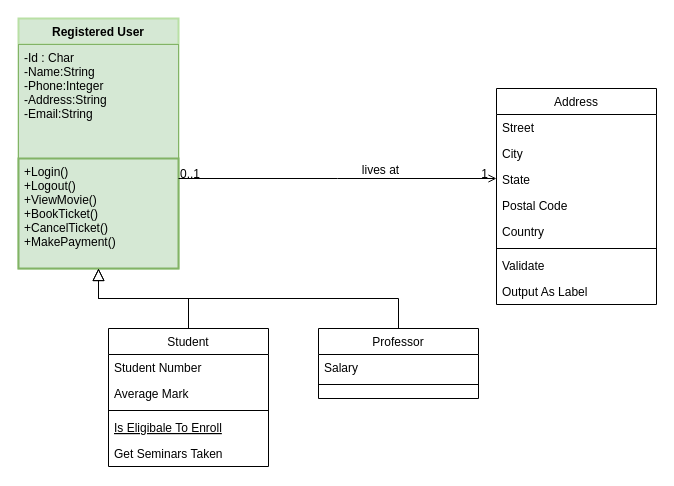
The draw.io diagram Untitled Diagram.drawio in CodeWithAdarsha/tutorials, before the edit. Source tidied: cells renumbered, new cells numbered last; positions are measured from the earlier drawing's top-left corner, leaving out a move shared by most shapes. Both pictures are drawn from the tidied source at 100%, with x=0, y=0 at pixel (18, 18).
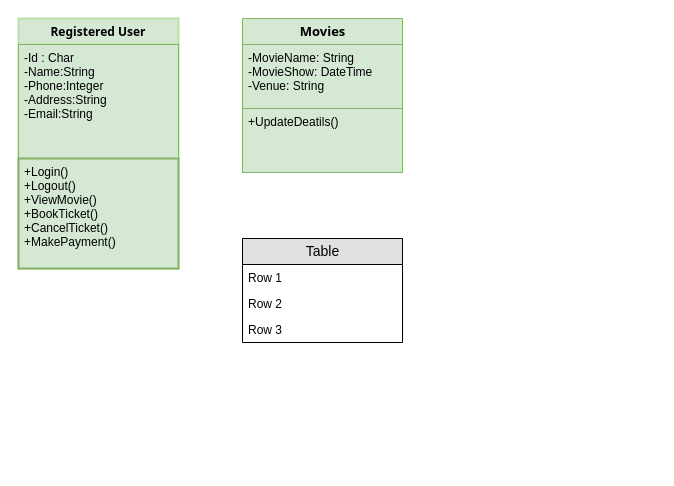
The same page after the edit.

Diff of the diagram source:
```diff
@@
-    <mxCell id="2" value="Registered User" style="swimlane;fontStyle=1;align=center;verticalAlign=top;horizontal=1;startSize=26;rounded=0;shadow=0;strokeWidth=2;fillColor=#d5e8d4;strokeColor=#B9E0A5;" parent="1" vertex="1">
+    <mxCell id="2" value="Registered User" style="swimlane;fontStyle=1;align=center;verticalAlign=top;horizontal=1;startSize=26;rounded=0;shadow=0;strokeWidth=2;fillColor=#d5e8d4;strokeColor=#B9E0A5;fontFamily=Tahoma;" parent="1" vertex="1">
       <mxGeometry width="160" height="250" as="geometry" />
     </mxCell>
@@
-    <mxCell id="5" value="Student" style="swimlane;fontStyle=0;align=center;verticalAlign=top;horizontal=1;startSize=26;rounded=0;shadow=0;strokeWidth=1;" parent="1" vertex="1">
-      <mxGeometry x="90" y="310" width="160" height="138" as="geometry" />
-    </mxCell>
-    <mxCell id="6" value="Student Number" style="text;align=left;verticalAlign=top;spacingLeft=4;spacingRight=4;overflow=hidden;" parent="5" vertex="1">
-      <mxGeometry y="26" width="160" height="26" as="geometry" />
-    </mxCell>
-    <mxCell id="7" value="Average Mark" style="text;align=left;verticalAlign=top;spacingLeft=4;spacingRight=4;overflow=hidden;rounded=0;shadow=0;html=0;" parent="5" vertex="1">
-      <mxGeometry y="52" width="160" height="26" as="geometry" />
-    </mxCell>
-    <mxCell id="8" style="line;html=1;strokeWidth=1;align=left;verticalAlign=middle;spacingTop=-1;spacingLeft=3;spacingRight=3;labelPosition=right;" parent="5" vertex="1">
-      <mxGeometry y="78" width="160" height="8" as="geometry" />
-    </mxCell>
-    <mxCell id="9" value="Is Eligibale To Enroll" style="text;align=left;verticalAlign=top;spacingLeft=4;spacingRight=4;overflow=hidden;fontStyle=4;" parent="5" vertex="1">
-      <mxGeometry y="86" width="160" height="26" as="geometry" />
-    </mxCell>
-    <mxCell id="10" value="Get Seminars Taken" style="text;align=left;verticalAlign=top;spacingLeft=4;spacingRight=4;overflow=hidden;" parent="5" vertex="1">
-      <mxGeometry y="112" width="160" height="26" as="geometry" />
-    </mxCell>
-    <mxCell id="11" style="endArrow=block;endSize=10;endFill=0;shadow=0;strokeWidth=1;rounded=0;edgeStyle=elbowEdgeStyle;elbow=vertical;" parent="1" edge="1" source="5" target="2">
-      <mxGeometry relative="1" as="geometry" />
-    </mxCell>
-    <mxCell id="12" value="Professor" style="swimlane;fontStyle=0;align=center;verticalAlign=top;horizontal=1;startSize=26;rounded=0;shadow=0;strokeWidth=1;" parent="1" vertex="1">
-      <mxGeometry x="300" y="310" width="160" height="70" as="geometry" />
-    </mxCell>
-    <mxCell id="13" value="Salary" style="text;align=left;verticalAlign=top;spacingLeft=4;spacingRight=4;overflow=hidden;" parent="12" vertex="1">
-      <mxGeometry y="26" width="160" height="26" as="geometry" />
-    </mxCell>
-    <mxCell id="14" style="line;html=1;strokeWidth=1;align=left;verticalAlign=middle;spacingTop=-1;spacingLeft=3;spacingRight=3;labelPosition=right;" parent="12" vertex="1">
-      <mxGeometry y="52" width="160" height="8" as="geometry" />
-    </mxCell>
-    <mxCell id="15" style="endArrow=block;endSize=10;endFill=0;shadow=0;strokeWidth=1;rounded=0;edgeStyle=elbowEdgeStyle;elbow=vertical;" parent="1" edge="1" source="12" target="2">
-      <mxGeometry relative="1" as="geometry" />
-    </mxCell>
-    <mxCell id="16" value="Address" style="swimlane;fontStyle=0;align=center;verticalAlign=top;horizontal=1;startSize=26;rounded=0;shadow=0;strokeWidth=1;" parent="1" vertex="1">
-      <mxGeometry x="478" y="70" width="160" height="216" as="geometry" />
-    </mxCell>
-    <mxCell id="17" value="Street" style="text;align=left;verticalAlign=top;spacingLeft=4;spacingRight=4;overflow=hidden;" parent="16" vertex="1">
-      <mxGeometry y="26" width="160" height="26" as="geometry" />
-    </mxCell>
-    <mxCell id="18" value="City" style="text;align=left;verticalAlign=top;spacingLeft=4;spacingRight=4;overflow=hidden;rounded=0;shadow=0;html=0;" parent="16" vertex="1">
-      <mxGeometry y="52" width="160" height="26" as="geometry" />
-    </mxCell>
-    <mxCell id="19" value="State" style="text;align=left;verticalAlign=top;spacingLeft=4;spacingRight=4;overflow=hidden;rounded=0;shadow=0;html=0;" parent="16" vertex="1">
-      <mxGeometry y="78" width="160" height="26" as="geometry" />
-    </mxCell>
-    <mxCell id="20" value="Postal Code" style="text;align=left;verticalAlign=top;spacingLeft=4;spacingRight=4;overflow=hidden;rounded=0;shadow=0;html=0;" parent="16" vertex="1">
-      <mxGeometry y="104" width="160" height="26" as="geometry" />
-    </mxCell>
-    <mxCell id="21" value="Country" style="text;align=left;verticalAlign=top;spacingLeft=4;spacingRight=4;overflow=hidden;rounded=0;shadow=0;html=0;" parent="16" vertex="1">
-      <mxGeometry y="130" width="160" height="26" as="geometry" />
-    </mxCell>
-    <mxCell id="22" style="line;html=1;strokeWidth=1;align=left;verticalAlign=middle;spacingTop=-1;spacingLeft=3;spacingRight=3;labelPosition=right;" parent="16" vertex="1">
-      <mxGeometry y="156" width="160" height="8" as="geometry" />
-    </mxCell>
-    <mxCell id="23" value="Validate" style="text;align=left;verticalAlign=top;spacingLeft=4;spacingRight=4;overflow=hidden;" parent="16" vertex="1">
-      <mxGeometry y="164" width="160" height="26" as="geometry" />
-    </mxCell>
-    <mxCell id="24" value="Output As Label" style="text;align=left;verticalAlign=top;spacingLeft=4;spacingRight=4;overflow=hidden;" parent="16" vertex="1">
-      <mxGeometry y="190" width="160" height="26" as="geometry" />
-    </mxCell>
-    <mxCell id="25" style="endArrow=open;shadow=0;strokeWidth=1;strokeColor=#000000;rounded=0;endFill=1;edgeStyle=elbowEdgeStyle;elbow=vertical;" parent="1" edge="1" source="2" target="16">
-      <mxGeometry x="0.5" y="41" relative="1" as="geometry">
-        <mxPoint x="-40" y="32" as="offset" />
-      </mxGeometry>
-    </mxCell>
-    <mxCell id="26" value="0..1" style="align=left;verticalAlign=bottom;labelBackgroundColor=none;fontSize=12;" parent="25" vertex="1">
-      <mxGeometry x="-1" relative="1" as="geometry">
-        <mxPoint y="4" as="offset" />
-      </mxGeometry>
-    </mxCell>
-    <mxCell id="27" value="1" style="align=right;verticalAlign=bottom;labelBackgroundColor=none;fontSize=12;" parent="25" vertex="1">
-      <mxGeometry x="1" relative="1" as="geometry">
-        <mxPoint x="-7" y="4" as="offset" />
-      </mxGeometry>
-    </mxCell>
-    <mxCell id="28" value="lives at" style="text;html=1;align=center;verticalAlign=middle;labelBackgroundColor=none;rounded=0;shadow=0;strokeWidth=1;fontSize=12;" parent="25" vertex="1">
-      <mxGeometry x="0.5" y="49" relative="1" as="geometry">
-        <mxPoint x="-38" y="40" as="offset" />
-      </mxGeometry>
-    </mxCell>
+    <mxCell id="29" value="&lt;font face=&quot;Tahoma&quot; style=&quot;font-size: 13px&quot;&gt;Movies&lt;/font&gt;" style="swimlane;fontStyle=1;horizontal=1;startSize=26;fillColor=#d5e8d4;swimlaneFillColor=#ffffff;align=center;fontSize=14;strokeColor=#82b366;html=1;" parent="1" vertex="1">
+      <mxGeometry x="224" width="160" height="154" as="geometry" />
+    </mxCell>
+    <mxCell id="30" value="-MovieName: String&#10;-MovieShow: DateTime&#10;-Venue: String" style="text;strokeColor=#82b366;fillColor=#d5e8d4;spacingLeft=4;spacingRight=4;overflow=hidden;fontSize=12;" parent="29" vertex="1">
+      <mxGeometry y="26" width="160" height="64" as="geometry" />
+    </mxCell>
+    <mxCell id="31" value="+UpdateDeatils()" style="text;strokeColor=#82b366;fillColor=#d5e8d4;spacingLeft=4;spacingRight=4;overflow=hidden;fontSize=12;" parent="29" vertex="1">
+      <mxGeometry y="90" width="160" height="64" as="geometry" />
+    </mxCell>
+    <mxCell id="32" value="Table" style="swimlane;fontStyle=0;horizontal=1;startSize=26;fillColor=#e0e0e0;swimlaneFillColor=#ffffff;align=center;fontSize=14;html=1;" parent="1" vertex="1">
+      <mxGeometry x="224" y="220" width="160" height="104" as="geometry" />
+    </mxCell>
+    <mxCell id="33" value="Row 1" style="text;strokeColor=none;fillColor=none;spacingLeft=4;spacingRight=4;overflow=hidden;fontSize=12;" parent="32" vertex="1">
+      <mxGeometry y="26" width="160" height="26" as="geometry" />
+    </mxCell>
+    <mxCell id="34" value="Row 2" style="text;strokeColor=none;fillColor=none;spacingLeft=4;spacingRight=4;overflow=hidden;fontSize=12;" parent="32" vertex="1">
+      <mxGeometry y="52" width="160" height="26" as="geometry" />
+    </mxCell>
+    <mxCell id="35" value="Row 3" style="text;strokeColor=none;fillColor=none;spacingLeft=4;spacingRight=4;overflow=hidden;fontSize=12;" parent="32" vertex="1">
+      <mxGeometry y="78" width="160" height="26" as="geometry" />
+    </mxCell>
```
